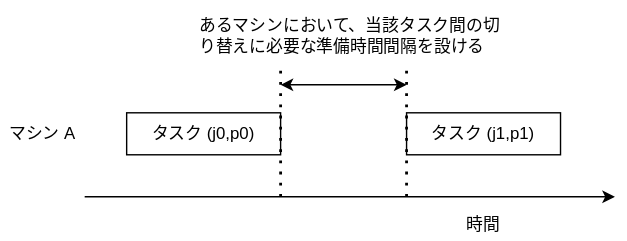
The draw.io diagram notebooks/ja/tutorials/figures/setup_time.drawio.svg in fixstars/amplify-se-examples, before a commit. Source tidied: cells renumbered, new cells last; positions are measured from the earlier drawing's top-left corner, leaving out a move shared by most shapes.
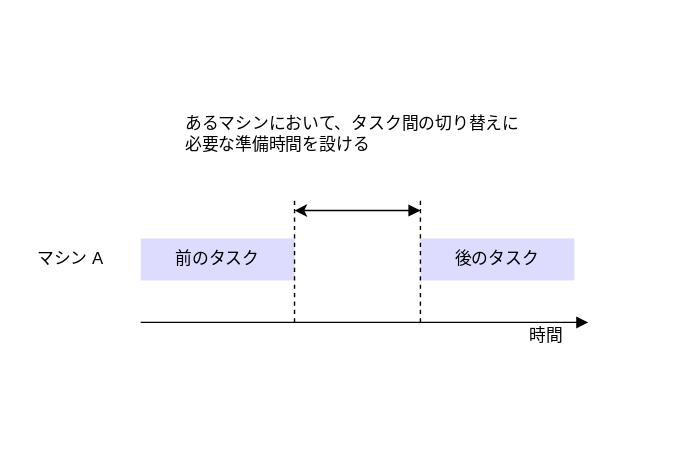
The same file after the commit.

Diff of the diagram source:
```diff
@@ -2,50 +2,51 @@
   <root>
     <mxCell id="0" />
     <mxCell id="1" parent="0" />
+    <mxCell id="11" style="whiteSpace=wrap;html=1;strokeColor=none;" parent="1" vertex="1">
+      <mxGeometry x="-10" y="-90" width="480" height="320" as="geometry" />
+    </mxCell>
-    <mxCell id="2" value="タスク (j0,p0)" style="rounded=0;whiteSpace=wrap;html=1;" parent="1" vertex="1">
+    <mxCell id="2" value="前のタスク" style="rounded=0;whiteSpace=wrap;html=1;strokeColor=none;fillColor=#DDDCFF;" parent="1" vertex="1">
       <mxGeometry x="90" y="80" width="110" height="30" as="geometry" />
     </mxCell>
-    <mxCell id="3" style="endArrow=classic;html=1;fontColor=#00FF00;" parent="1" edge="1">
+    <mxCell id="3" style="endArrow=block;html=1;fontColor=#00FF00;endFill=1;" parent="1" edge="1">
       <mxGeometry relative="1" as="geometry">
-        <mxPoint x="60" y="140" as="sourcePoint" />
-        <mxPoint x="438.9" y="140" as="targetPoint" />
+        <mxPoint x="90" y="140" as="sourcePoint" />
+        <mxPoint x="410" y="140" as="targetPoint" />
       </mxGeometry>
     </mxCell>
     <object id="4" label="時間" name="Variable" placeholders="1">
       <mxCell style="text;html=1;strokeColor=none;fillColor=none;align=center;verticalAlign=middle;whiteSpace=wrap;overflow=hidden;" parent="1" vertex="1">
-        <mxGeometry x="325" y="150" width="40" height="20" as="geometry" />
+        <mxGeometry x="360" y="140" width="40" height="20" as="geometry" />
       </mxCell>
     </object>
-    <mxCell id="5" value="タスク (j1,p1)" style="rounded=0;whiteSpace=wrap;html=1;" parent="1" vertex="1">
+    <mxCell id="5" value="後のタスク" style="rounded=0;whiteSpace=wrap;html=1;strokeColor=none;fillColor=#DDDCFF;" parent="1" vertex="1">
       <mxGeometry x="290" y="80" width="110" height="30" as="geometry" />
     </mxCell>
     <object id="6" label="マシン A" name="Variable" placeholders="1">
       <mxCell style="text;html=1;strokeColor=none;fillColor=none;align=center;verticalAlign=middle;whiteSpace=wrap;overflow=hidden;" parent="1" vertex="1">
-        <mxGeometry y="85" width="60" height="20" as="geometry" />
+        <mxGeometry x="10" y="85" width="60" height="20" as="geometry" />
       </mxCell>
     </object>
-    <mxCell id="7" style="endArrow=none;dashed=1;html=1;dashPattern=1 3;strokeWidth=2;" parent="1" edge="1">
+    <mxCell id="7" style="endArrow=none;dashed=1;html=1;strokeWidth=1;" parent="1" edge="1">
       <mxGeometry relative="1" as="geometry">
         <mxPoint x="200" y="140" as="sourcePoint" />
         <mxPoint x="200" y="50" as="targetPoint" />
       </mxGeometry>
     </mxCell>
-    <mxCell id="8" style="endArrow=none;dashed=1;html=1;dashPattern=1 3;strokeWidth=2;" parent="1" edge="1">
+    <mxCell id="8" style="endArrow=none;dashed=1;html=1;strokeWidth=1;" parent="1" edge="1">
       <mxGeometry relative="1" as="geometry">
         <mxPoint x="290" y="140" as="sourcePoint" />
         <mxPoint x="290" y="50" as="targetPoint" />
       </mxGeometry>
     </mxCell>
-    <mxCell id="9" style="endArrow=classic;startArrow=classic;html=1;" parent="1" edge="1">
+    <mxCell id="9" style="endArrow=block;startArrow=classic;html=1;endFill=1;" parent="1" edge="1">
       <mxGeometry relative="1" as="geometry">
         <mxPoint x="200" y="60" as="sourcePoint" />
         <mxPoint x="290" y="60" as="targetPoint" />
       </mxGeometry>
     </mxCell>
-    <object id="10" label="あるマシンにおいて、当該タスク間の切り替えに必要な準備時間間隔を設ける" name="Variable" placeholders="1">
-      <mxCell style="text;html=1;strokeColor=none;fillColor=none;align=left;verticalAlign=middle;whiteSpace=wrap;overflow=hidden;" parent="1" vertex="1">
-        <mxGeometry x="140" width="220" height="50" as="geometry" />
-      </mxCell>
-    </object>
+    <mxCell id="12" value="あるマシンにおいて、タスク間の切り替えに必要な準備時間を設ける" style="text;strokeColor=none;align=left;fillColor=none;html=1;verticalAlign=middle;whiteSpace=wrap;rounded=0;" parent="1" vertex="1">
+      <mxGeometry x="120" y="-10" width="245" height="30" as="geometry" />
+    </mxCell>
   </root>
 </mxGraphModel>
```
